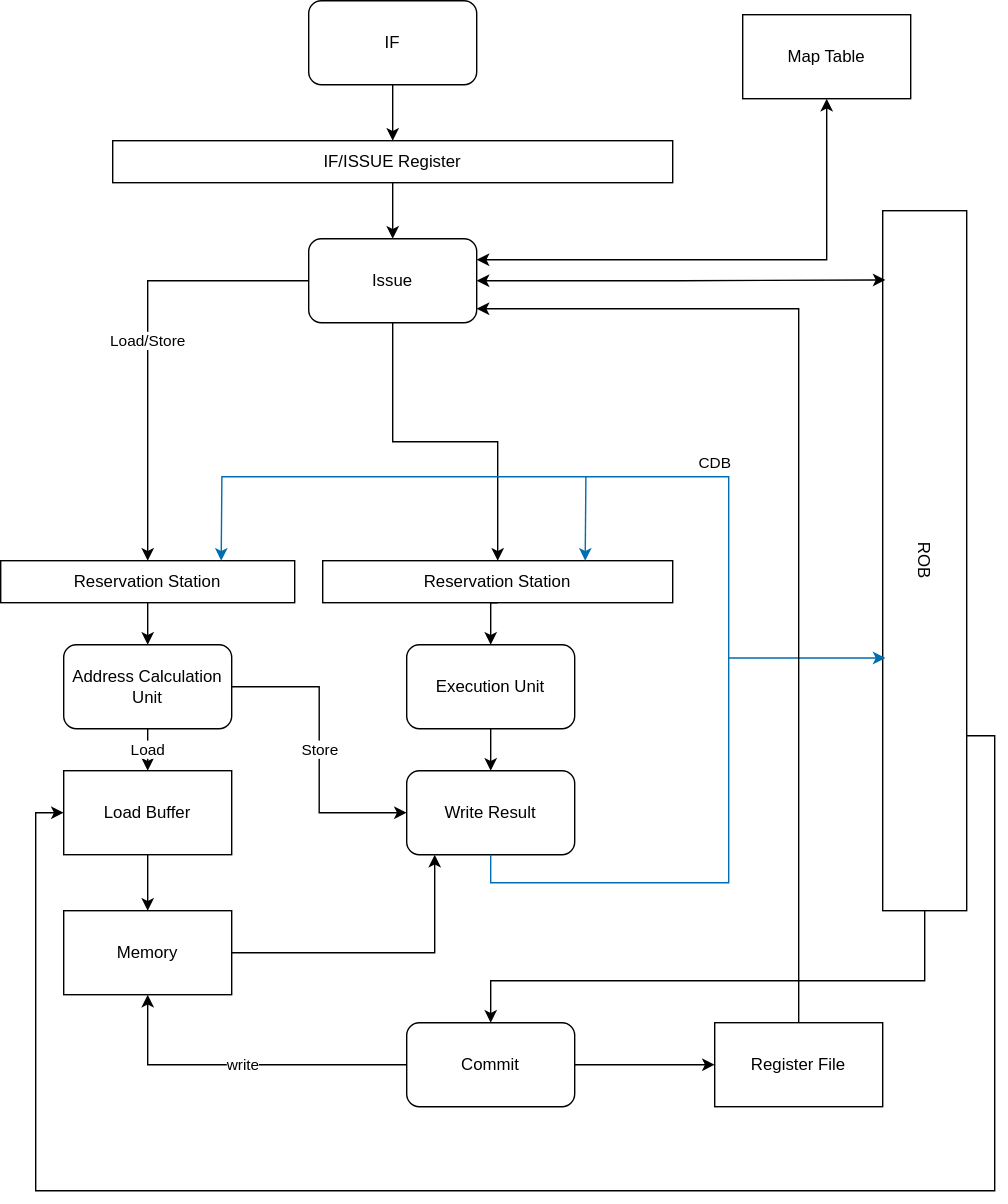
This is docs/highlevel_arch.drawio.svg from yaene/VeriSimpleO3, a draw.io export, as it was before one commit. Source tidied: cells renumbered, new cells last; positions are measured from the earlier drawing's top-left corner, leaving out a move shared by most shapes.
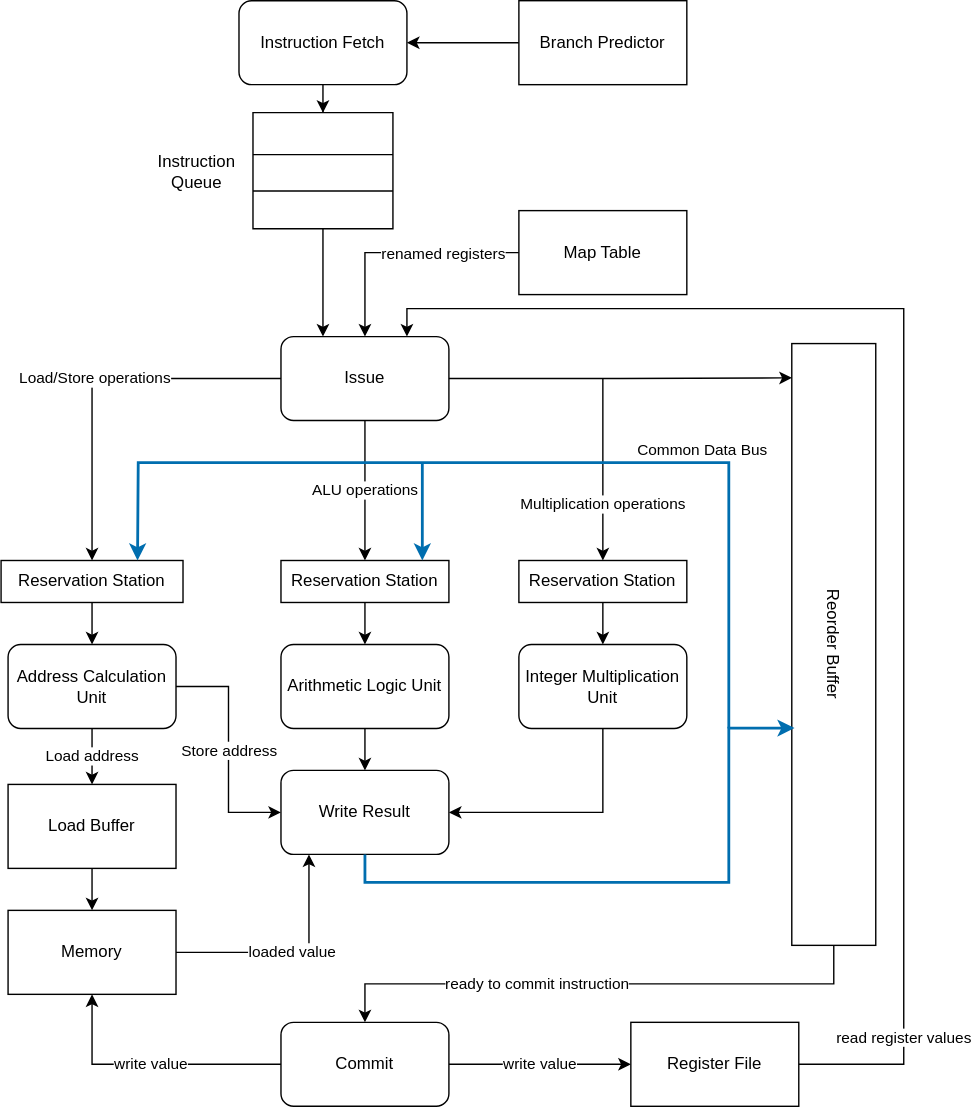
After the change.

The edit, as a diff of the source:
```diff
@@ -2,146 +2,201 @@
   <root>
     <mxCell id="0" />
     <mxCell id="1" parent="0" />
-    <mxCell id="2" style="edgeStyle=orthogonalEdgeStyle;rounded=0;jettySize=auto;html=1;" parent="1" edge="1" source="3" target="5">
+    <mxCell id="2" style="edgeStyle=orthogonalEdgeStyle;rounded=0;jettySize=auto;html=1;entryX=0.5;entryY=0.004;entryDx=0;entryDy=0;entryPerimeter=0;" parent="1" edge="1" source="3" target="42">
       <mxGeometry relative="1" as="geometry" />
     </mxCell>
-    <mxCell id="3" value="IF" style="rounded=1;whiteSpace=wrap;html=1;" parent="1" vertex="1">
-      <mxGeometry x="220" width="120" height="60" as="geometry" />
+    <mxCell id="3" value="Instruction Fetch" style="rounded=1;whiteSpace=wrap;html=1;" parent="1" vertex="1">
+      <mxGeometry x="260" width="120" height="60" as="geometry" />
     </mxCell>
-    <mxCell id="4" style="edgeStyle=orthogonalEdgeStyle;rounded=0;jettySize=auto;html=1;exitX=0.5;exitY=1;exitDx=0;exitDy=0;entryX=0.5;entryY=0;entryDx=0;entryDy=0;" parent="1" edge="1" source="5" target="13">
-      <mxGeometry relative="1" as="geometry" />
+    <mxCell id="4" style="edgeStyle=orthogonalEdgeStyle;rounded=0;jettySize=auto;html=1;exitX=0.369;exitY=0.965;exitDx=0;exitDy=0;entryX=0.25;entryY=0;entryDx=0;entryDy=0;exitPerimeter=0;" parent="1" edge="1" source="46" target="13">
+      <mxGeometry relative="1" as="geometry">
+        <Array as="points">
+          <mxPoint x="307" y="147" />
+          <mxPoint x="320" y="147" />
+        </Array>
+      </mxGeometry>
     </mxCell>
-    <mxCell id="5" value="IF/ISSUE Register" style="rounded=0;whiteSpace=wrap;html=1;" parent="1" vertex="1">
-      <mxGeometry x="80" y="100" width="400" height="30" as="geometry" />
-    </mxCell>
     <mxCell id="6" style="edgeStyle=orthogonalEdgeStyle;rounded=0;jettySize=auto;html=1;" parent="1" edge="1" source="7" target="28">
       <mxGeometry relative="1" as="geometry" />
     </mxCell>
-    <mxCell id="7" value="Execution Unit" style="whiteSpace=wrap;html=1;rounded=1;" parent="1" vertex="1">
+    <mxCell id="7" value="Arithmetic Logic Unit" style="whiteSpace=wrap;html=1;rounded=1;" parent="1" vertex="1">
       <mxGeometry x="290" y="460" width="120" height="60" as="geometry" />
     </mxCell>
-    <mxCell id="8" style="edgeStyle=orthogonalEdgeStyle;rounded=0;jettySize=auto;html=1;entryX=0.5;entryY=0;entryDx=0;entryDy=0;exitX=1;exitY=0.5;exitDx=0;exitDy=0;" parent="1" edge="1" source="10" target="26">
-      <mxGeometry relative="1" as="geometry">
-        <Array as="points">
-          <mxPoint x="660" y="700" />
-          <mxPoint x="350" y="700" />
-        </Array>
-      </mxGeometry>
+    <mxCell id="8" value="ready to commit instruction" style="edgeStyle=orthogonalEdgeStyle;rounded=0;jettySize=auto;html=1;exitX=1;exitY=0.5;exitDx=0;exitDy=0;entryX=0.5;entryY=0;entryDx=0;entryDy=0;noJump=0;jumpStyle=arc;" parent="1" edge="1" source="10" target="26">
+      <mxGeometry x="0.23" relative="1" as="geometry" />
     </mxCell>
-    <mxCell id="9" style="edgeStyle=orthogonalEdgeStyle;rounded=0;jettySize=auto;html=1;exitX=0.75;exitY=0;exitDx=0;exitDy=0;entryX=0;entryY=0.5;entryDx=0;entryDy=0;" parent="1" edge="1" source="10" target="23">
-      <mxGeometry relative="1" as="geometry">
-        <Array as="points">
-          <mxPoint x="710" y="525" />
-          <mxPoint x="710" y="850" />
-          <mxPoint x="25" y="850" />
-          <mxPoint x="25" y="580" />
-        </Array>
-      </mxGeometry>
-    </mxCell>
-    <mxCell id="10" value="ROB" style="rounded=0;whiteSpace=wrap;html=1;rotation=90;" parent="1" vertex="1">
-      <mxGeometry x="410" y="370" width="500" height="60" as="geometry" />
+    <mxCell id="10" value="Reorder Buffer" style="rounded=0;whiteSpace=wrap;html=1;rotation=90;" parent="1" vertex="1">
+      <mxGeometry x="470" y="430" width="430" height="60" as="geometry" />
     </mxCell>
-    <mxCell id="11" style="edgeStyle=orthogonalEdgeStyle;rounded=0;jettySize=auto;html=1;exitX=0.5;exitY=1;exitDx=0;exitDy=0;entryX=0.5;entryY=0;entryDx=0;entryDy=0;" parent="1" edge="1" source="13" target="16">
+    <mxCell id="11" value="ALU operations" style="edgeStyle=orthogonalEdgeStyle;rounded=0;jettySize=auto;html=1;exitX=0.5;exitY=1;exitDx=0;exitDy=0;entryX=0.5;entryY=0;entryDx=0;entryDy=0;" parent="1" edge="1" source="13" target="16">
       <mxGeometry relative="1" as="geometry" />
     </mxCell>
-    <mxCell id="12" value="Load/Store" style="edgeStyle=orthogonalEdgeStyle;rounded=0;jettySize=auto;html=1;exitX=0;exitY=0.5;exitDx=0;exitDy=0;" parent="1" edge="1" source="13" target="18">
+    <mxCell id="12" value="Load/Store operations" style="edgeStyle=orthogonalEdgeStyle;rounded=0;jettySize=auto;html=1;exitX=0;exitY=0.5;exitDx=0;exitDy=0;" parent="1" edge="1" source="13" target="18">
       <mxGeometry relative="1" as="geometry" />
     </mxCell>
     <mxCell id="13" value="Issue" style="rounded=1;whiteSpace=wrap;html=1;" parent="1" vertex="1">
-      <mxGeometry x="220" y="170" width="120" height="60" as="geometry" />
+      <mxGeometry x="290" y="240" width="120" height="60" as="geometry" />
     </mxCell>
-    <mxCell id="14" style="edgeStyle=orthogonalEdgeStyle;rounded=0;jettySize=auto;html=1;exitX=1;exitY=0.5;exitDx=0;exitDy=0;entryX=0.099;entryY=0.967;entryDx=0;entryDy=0;entryPerimeter=0;startArrow=classic;startFill=1;" parent="1" edge="1" source="13" target="10">
+    <mxCell id="14" style="edgeStyle=orthogonalEdgeStyle;rounded=0;jettySize=auto;html=1;exitX=1;exitY=0.5;exitDx=0;exitDy=0;startArrow=none;startFill=0;entryX=0.057;entryY=0.999;entryDx=0;entryDy=0;entryPerimeter=0;" parent="1" edge="1" source="13" target="10">
       <mxGeometry relative="1" as="geometry" />
     </mxCell>
     <mxCell id="15" style="edgeStyle=orthogonalEdgeStyle;rounded=0;jettySize=auto;html=1;exitX=0.5;exitY=1;exitDx=0;exitDy=0;entryX=0.5;entryY=0;entryDx=0;entryDy=0;" parent="1" edge="1" source="16" target="7">
       <mxGeometry relative="1" as="geometry" />
     </mxCell>
     <mxCell id="16" value="Reservation Station" style="rounded=0;whiteSpace=wrap;html=1;" parent="1" vertex="1">
-      <mxGeometry x="230" y="400" width="250" height="30" as="geometry" />
+      <mxGeometry x="290" y="400" width="120" height="30" as="geometry" />
     </mxCell>
     <mxCell id="17" style="edgeStyle=orthogonalEdgeStyle;rounded=0;jettySize=auto;html=1;exitX=0.5;exitY=1;exitDx=0;exitDy=0;" parent="1" edge="1" source="18" target="21">
       <mxGeometry relative="1" as="geometry" />
     </mxCell>
     <mxCell id="18" value="Reservation Station" style="rounded=0;whiteSpace=wrap;html=1;" parent="1" vertex="1">
-      <mxGeometry y="400" width="210" height="30" as="geometry" />
+      <mxGeometry x="90" y="400" width="130" height="30" as="geometry" />
     </mxCell>
-    <mxCell id="19" value="Load" style="edgeStyle=orthogonalEdgeStyle;rounded=0;jettySize=auto;html=1;exitX=0.5;exitY=1;exitDx=0;exitDy=0;" parent="1" edge="1" source="21" target="23">
+    <mxCell id="19" value="Load address" style="edgeStyle=orthogonalEdgeStyle;rounded=0;jettySize=auto;html=1;exitX=0.5;exitY=1;exitDx=0;exitDy=0;" parent="1" edge="1" source="21" target="23">
       <mxGeometry relative="1" as="geometry" />
     </mxCell>
-    <mxCell id="20" value="Store" style="edgeStyle=orthogonalEdgeStyle;rounded=0;jettySize=auto;html=1;exitX=1;exitY=0.5;exitDx=0;exitDy=0;entryX=0;entryY=0.5;entryDx=0;entryDy=0;" parent="1" edge="1" source="21" target="28">
+    <mxCell id="20" value="Store address" style="edgeStyle=orthogonalEdgeStyle;rounded=0;jettySize=auto;html=1;exitX=1;exitY=0.5;exitDx=0;exitDy=0;entryX=0;entryY=0.5;entryDx=0;entryDy=0;" parent="1" edge="1" source="21" target="28">
       <mxGeometry relative="1" as="geometry" />
     </mxCell>
     <mxCell id="21" value="Address Calculation Unit" style="rounded=1;whiteSpace=wrap;html=1;" parent="1" vertex="1">
-      <mxGeometry x="45" y="460" width="120" height="60" as="geometry" />
+      <mxGeometry x="95" y="460" width="120" height="60" as="geometry" />
     </mxCell>
     <mxCell id="22" style="edgeStyle=orthogonalEdgeStyle;rounded=0;jettySize=auto;html=1;exitX=0.5;exitY=1;exitDx=0;exitDy=0;entryX=0.5;entryY=0;entryDx=0;entryDy=0;" parent="1" edge="1" source="23" target="27">
       <mxGeometry relative="1" as="geometry" />
     </mxCell>
     <mxCell id="23" value="Load Buffer" style="rounded=0;whiteSpace=wrap;html=1;" parent="1" vertex="1">
-      <mxGeometry x="45" y="550" width="120" height="60" as="geometry" />
+      <mxGeometry x="95" y="560" width="120" height="60" as="geometry" />
     </mxCell>
-    <mxCell id="24" value="write" style="edgeStyle=orthogonalEdgeStyle;rounded=0;jettySize=auto;html=1;entryX=0.5;entryY=1;entryDx=0;entryDy=0;" parent="1" edge="1" source="26" target="27">
+    <mxCell id="24" value="write value" style="edgeStyle=orthogonalEdgeStyle;rounded=0;jettySize=auto;html=1;entryX=0.5;entryY=1;entryDx=0;entryDy=0;" parent="1" edge="1" source="26" target="27">
       <mxGeometry relative="1" as="geometry" />
     </mxCell>
-    <mxCell id="25" style="edgeStyle=orthogonalEdgeStyle;rounded=0;jettySize=auto;html=1;" parent="1" edge="1" source="26" target="34">
+    <mxCell id="25" value="write value" style="edgeStyle=orthogonalEdgeStyle;rounded=0;jettySize=auto;html=1;" parent="1" edge="1" source="26" target="34">
       <mxGeometry relative="1" as="geometry" />
     </mxCell>
     <mxCell id="26" value="Commit" style="rounded=1;whiteSpace=wrap;html=1;" parent="1" vertex="1">
       <mxGeometry x="290" y="730" width="120" height="60" as="geometry" />
     </mxCell>
     <mxCell id="27" value="Memory" style="rounded=0;whiteSpace=wrap;html=1;" parent="1" vertex="1">
-      <mxGeometry x="45" y="650" width="120" height="60" as="geometry" />
+      <mxGeometry x="95" y="650" width="120" height="60" as="geometry" />
     </mxCell>
     <mxCell id="28" value="Write Result" style="rounded=1;whiteSpace=wrap;html=1;" parent="1" vertex="1">
       <mxGeometry x="290" y="550" width="120" height="60" as="geometry" />
     </mxCell>
+    <mxCell id="33" value="read register values" style="edgeStyle=orthogonalEdgeStyle;rounded=0;jettySize=auto;html=1;exitX=1;exitY=0.5;exitDx=0;exitDy=0;" parent="1" edge="1" source="34">
+      <mxGeometry x="-0.81" relative="1" as="geometry">
+        <mxPoint x="380" y="240" as="targetPoint" />
+        <Array as="points">
+          <mxPoint x="735" y="760" />
+          <mxPoint x="735" y="220" />
+          <mxPoint x="380" y="220" />
+        </Array>
+      </mxGeometry>
+    </mxCell>
+    <mxCell id="34" value="Register File" style="whiteSpace=wrap;html=1;rounded=0;" parent="1" vertex="1">
+      <mxGeometry x="540" y="730" width="120" height="60" as="geometry" />
+    </mxCell>
+    <mxCell id="35" value="loaded value" style="edgeStyle=orthogonalEdgeStyle;rounded=0;jettySize=auto;html=1;" parent="1" edge="1" source="27" target="28">
+      <mxGeometry relative="1" as="geometry">
+        <Array as="points">
+          <mxPoint x="310" y="680" />
+        </Array>
+      </mxGeometry>
+    </mxCell>
+    <mxCell id="36" style="edgeStyle=orthogonalEdgeStyle;rounded=0;jettySize=auto;html=1;entryX=0.5;entryY=0;entryDx=0;entryDy=0;startArrow=none;startFill=0;endArrow=classic;endFill=1;exitX=0;exitY=0.5;exitDx=0;exitDy=0;" parent="1" edge="1" source="37" target="13">
+      <mxGeometry relative="1" as="geometry">
+        <Array as="points">
+          <mxPoint x="350" y="180" />
+        </Array>
+      </mxGeometry>
+    </mxCell>
+    <mxCell id="38" value="renamed registers" style="edgeLabel;html=1;align=center;verticalAlign=middle;" parent="36" vertex="1">
+      <mxGeometry y="-1" relative="1" as="geometry">
+        <mxPoint x="30" y="1" as="offset" />
+      </mxGeometry>
+    </mxCell>
+    <mxCell id="37" value="Map Table" style="rounded=0;whiteSpace=wrap;html=1;" parent="1" vertex="1">
+      <mxGeometry x="460" y="150" width="120" height="60" as="geometry" />
+    </mxCell>
+    <mxCell id="39" style="edgeStyle=orthogonalEdgeStyle;rounded=0;jettySize=auto;html=1;entryX=1;entryY=0.5;entryDx=0;entryDy=0;" parent="1" edge="1" source="40" target="3">
+      <mxGeometry relative="1" as="geometry" />
+    </mxCell>
+    <mxCell id="40" value="Branch Predictor" style="rounded=0;whiteSpace=wrap;html=1;" parent="1" vertex="1">
+      <mxGeometry x="460" width="120" height="60" as="geometry" />
+    </mxCell>
+    <mxCell id="41" style="shape=table;startSize=0;fontSize=16;columnLines=1;" parent="1" vertex="1">
+      <mxGeometry x="270" y="80" width="100" height="83" as="geometry" />
+    </mxCell>
+    <mxCell id="42" style="shape=tableRow;horizontal=0;startSize=0;swimlaneHead=0;swimlaneBody=0;strokeColor=inherit;top=0;left=0;bottom=0;right=0;fillColor=none;points=[[0,0.5],[1,0.5]];portConstraint=eastwest;fontSize=16;" parent="41" vertex="1">
+      <mxGeometry width="100" height="30" as="geometry" />
+    </mxCell>
+    <mxCell id="43" style="shape=partialRectangle;html=1;whiteSpace=wrap;strokeColor=inherit;overflow=hidden;fillColor=none;top=0;left=0;bottom=0;right=0;fontSize=16;" parent="42" vertex="1">
+      <mxGeometry width="100" height="30" as="geometry" />
+    </mxCell>
+    <mxCell id="44" style="shape=tableRow;horizontal=0;startSize=0;swimlaneHead=0;swimlaneBody=0;strokeColor=inherit;top=0;left=0;bottom=0;right=0;fillColor=none;fontSize=16;" parent="41" vertex="1">
+      <mxGeometry y="30" width="100" height="26" as="geometry" />
+    </mxCell>
+    <mxCell id="45" style="shape=partialRectangle;html=1;whiteSpace=wrap;strokeColor=inherit;overflow=hidden;fillColor=none;top=0;left=0;bottom=0;right=0;fontSize=16;" parent="44" vertex="1">
+      <mxGeometry width="100" height="26" as="geometry" />
+    </mxCell>
+    <mxCell id="46" style="shape=tableRow;horizontal=0;startSize=0;swimlaneHead=0;swimlaneBody=0;strokeColor=inherit;top=0;left=0;bottom=0;right=0;fillColor=none;points=[[0,0.5],[1,0.5]];portConstraint=eastwest;fontSize=16;" parent="41" vertex="1">
+      <mxGeometry y="56" width="100" height="27" as="geometry" />
+    </mxCell>
+    <mxCell id="47" style="shape=partialRectangle;html=1;whiteSpace=wrap;strokeColor=inherit;overflow=hidden;fillColor=none;top=0;left=0;bottom=0;right=0;fontSize=16;" parent="46" vertex="1">
+      <mxGeometry width="100" height="27" as="geometry" />
+    </mxCell>
+    <mxCell id="48" value="&lt;div&gt;Instruction&lt;/div&gt;&lt;div&gt;Queue&lt;br&gt;&lt;/div&gt;" style="text;html=1;align=center;verticalAlign=middle;whiteSpace=wrap;rounded=0;" parent="1" vertex="1">
+      <mxGeometry x="200" y="106.5" width="60" height="30" as="geometry" />
+    </mxCell>
+    <mxCell id="49" style="edgeStyle=orthogonalEdgeStyle;rounded=0;jettySize=auto;html=1;entryX=1;entryY=0.5;entryDx=0;entryDy=0;exitX=0.5;exitY=1;exitDx=0;exitDy=0;" parent="1" edge="1" source="50" target="28">
+      <mxGeometry relative="1" as="geometry" />
+    </mxCell>
+    <mxCell id="50" value="Integer Multiplication Unit" style="whiteSpace=wrap;html=1;rounded=1;" parent="1" vertex="1">
+      <mxGeometry x="460" y="460" width="120" height="60" as="geometry" />
+    </mxCell>
+    <mxCell id="51" style="edgeStyle=orthogonalEdgeStyle;rounded=0;jettySize=auto;html=1;exitX=0.5;exitY=1;exitDx=0;exitDy=0;entryX=0.5;entryY=0;entryDx=0;entryDy=0;" parent="1" edge="1" source="53" target="50">
+      <mxGeometry relative="1" as="geometry" />
+    </mxCell>
+    <mxCell id="52" value="Multiplication operations" style="edgeStyle=orthogonalEdgeStyle;rounded=0;jettySize=auto;html=1;endArrow=none;endFill=0;startArrow=classic;startFill=1;" parent="1" edge="1" source="53">
+      <mxGeometry x="-0.39" relative="1" as="geometry">
+        <mxPoint x="520" y="270" as="targetPoint" />
+      </mxGeometry>
+    </mxCell>
+    <mxCell id="53" value="Reservation Station" style="rounded=0;whiteSpace=wrap;html=1;" parent="1" vertex="1">
+      <mxGeometry x="460" y="400" width="120" height="30" as="geometry" />
+    </mxCell>
+    <mxCell id="54" style="group;strokeWidth=1;" parent="1" vertex="1">
+      <mxGeometry x="188" y="330" width="422" height="300" as="geometry" />
+    </mxCell>
-    <mxCell id="29" style="edgeStyle=orthogonalEdgeStyle;rounded=0;jettySize=auto;html=1;exitX=0.5;exitY=1;exitDx=0;exitDy=0;entryX=0.639;entryY=0.967;entryDx=0;entryDy=0;entryPerimeter=0;fillColor=#1ba1e2;strokeColor=#006EAF;" parent="1" edge="1" source="28" target="10">
-      <mxGeometry relative="1" as="geometry" />
+    <mxCell id="29" style="edgeStyle=orthogonalEdgeStyle;rounded=0;jettySize=auto;html=1;exitX=0.5;exitY=1;exitDx=0;exitDy=0;entryX=0.639;entryY=0.967;entryDx=0;entryDy=0;entryPerimeter=0;fillColor=#1ba1e2;strokeColor=#006EAF;strokeWidth=2;" parent="54" edge="1" source="28" target="10">
+      <mxGeometry relative="1" as="geometry">
+        <Array as="points">
+          <mxPoint x="162" y="300" />
+          <mxPoint x="422" y="300" />
+          <mxPoint x="422" y="190" />
+        </Array>
+      </mxGeometry>
     </mxCell>
-    <mxCell id="30" style="endArrow=classic;html=1;rounded=0;entryX=0.75;entryY=0;entryDx=0;entryDy=0;fillColor=#1ba1e2;strokeColor=#006EAF;" parent="1" edge="1" target="18">
+    <mxCell id="30" style="endArrow=classic;html=1;rounded=0;entryX=0.75;entryY=0;entryDx=0;entryDy=0;fillColor=#1ba1e2;strokeColor=#006EAF;snapToPoint=1;strokeWidth=2;" parent="54" edge="1" target="18">
       <mxGeometry relative="1" as="geometry">
-        <mxPoint x="520" y="470" as="sourcePoint" />
+        <mxPoint x="422" y="190" as="sourcePoint" />
         <Array as="points">
-          <mxPoint x="520" y="340" />
-          <mxPoint x="340" y="340" />
-          <mxPoint x="158" y="340" />
+          <mxPoint x="422" y="85" />
+          <mxPoint x="422" />
+          <mxPoint x="152" />
+          <mxPoint />
         </Array>
       </mxGeometry>
     </mxCell>
-    <mxCell id="31" value="CDB" style="edgeLabel;html=1;align=center;verticalAlign=middle;" parent="30" vertex="1">
+    <mxCell id="31" value="Common Data Bus" style="edgeLabel;html=1;align=center;verticalAlign=middle;" parent="30" vertex="1">
       <mxGeometry x="-0.48" y="-1" relative="1" as="geometry">
-        <mxPoint x="4" y="-9" as="offset" />
+        <mxPoint x="-21" y="-23" as="offset" />
       </mxGeometry>
     </mxCell>
-    <mxCell id="32" style="endArrow=classic;html=1;rounded=0;entryX=0.75;entryY=0;entryDx=0;entryDy=0;fillColor=#1ba1e2;strokeColor=#006EAF;" parent="1" edge="1" target="16">
+    <mxCell id="32" style="endArrow=classic;html=1;rounded=0;fillColor=#1ba1e2;strokeColor=#006EAF;strokeWidth=2;snapToPoint=1;" parent="54" edge="1">
       <mxGeometry relative="1" as="geometry">
-        <mxPoint x="418" y="340" as="sourcePoint" />
+        <mxPoint x="203" as="sourcePoint" />
+        <mxPoint x="203" y="70" as="targetPoint" />
       </mxGeometry>
     </mxCell>
-    <mxCell id="33" style="edgeStyle=orthogonalEdgeStyle;rounded=0;jettySize=auto;html=1;" parent="1" edge="1" source="34">
-      <mxGeometry relative="1" as="geometry">
-        <mxPoint x="340" y="220" as="targetPoint" />
-        <Array as="points">
-          <mxPoint x="570" y="220" />
-          <mxPoint x="340" y="220" />
-        </Array>
-      </mxGeometry>
-    </mxCell>
-    <mxCell id="34" value="Register File" style="whiteSpace=wrap;html=1;rounded=0;" parent="1" vertex="1">
-      <mxGeometry x="510" y="730" width="120" height="60" as="geometry" />
-    </mxCell>
-    <mxCell id="35" style="edgeStyle=orthogonalEdgeStyle;rounded=0;jettySize=auto;html=1;" parent="1" edge="1" source="27" target="28">
-      <mxGeometry relative="1" as="geometry">
-        <Array as="points">
-          <mxPoint x="310" y="680" />
-        </Array>
-      </mxGeometry>
-    </mxCell>
-    <mxCell id="36" style="edgeStyle=orthogonalEdgeStyle;rounded=0;jettySize=auto;html=1;exitX=0.5;exitY=1;exitDx=0;exitDy=0;entryX=1;entryY=0.25;entryDx=0;entryDy=0;startArrow=classic;startFill=1;" parent="1" edge="1" source="37" target="13">
-      <mxGeometry relative="1" as="geometry" />
-    </mxCell>
-    <mxCell id="37" value="Map Table" style="rounded=0;whiteSpace=wrap;html=1;" parent="1" vertex="1">
-      <mxGeometry x="530" y="10" width="120" height="60" as="geometry" />
-    </mxCell>
   </root>
 </mxGraphModel>
```
